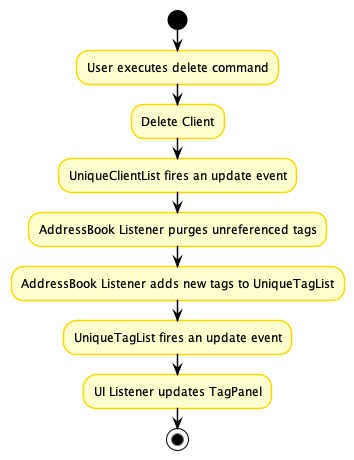
nus-cs2103-AY2122S1/tp keeps this PlantUML diagram as docs/images/DeleteUserTagActivityDiagram.png. Above is the earlier version.
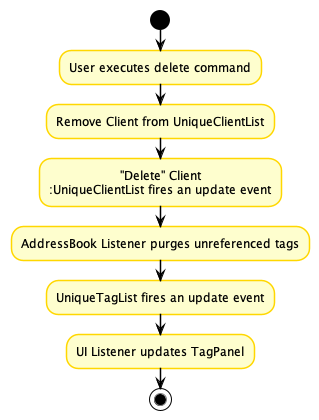
The same diagram one commit later.

Diff of the diagram source:
```diff
@@ -12,10 +12,10 @@
 
 start
 :User executes delete command;
-:Delete Client;
+:Remove Client from UniqueClientList;
+:"Delete" Client
 :UniqueClientList fires an update event;
 :AddressBook Listener purges unreferenced tags;
-:AddressBook Listener adds new tags to UniqueTagList;
 :UniqueTagList fires an update event;
 :UI Listener updates TagPanel;
 stop
```
